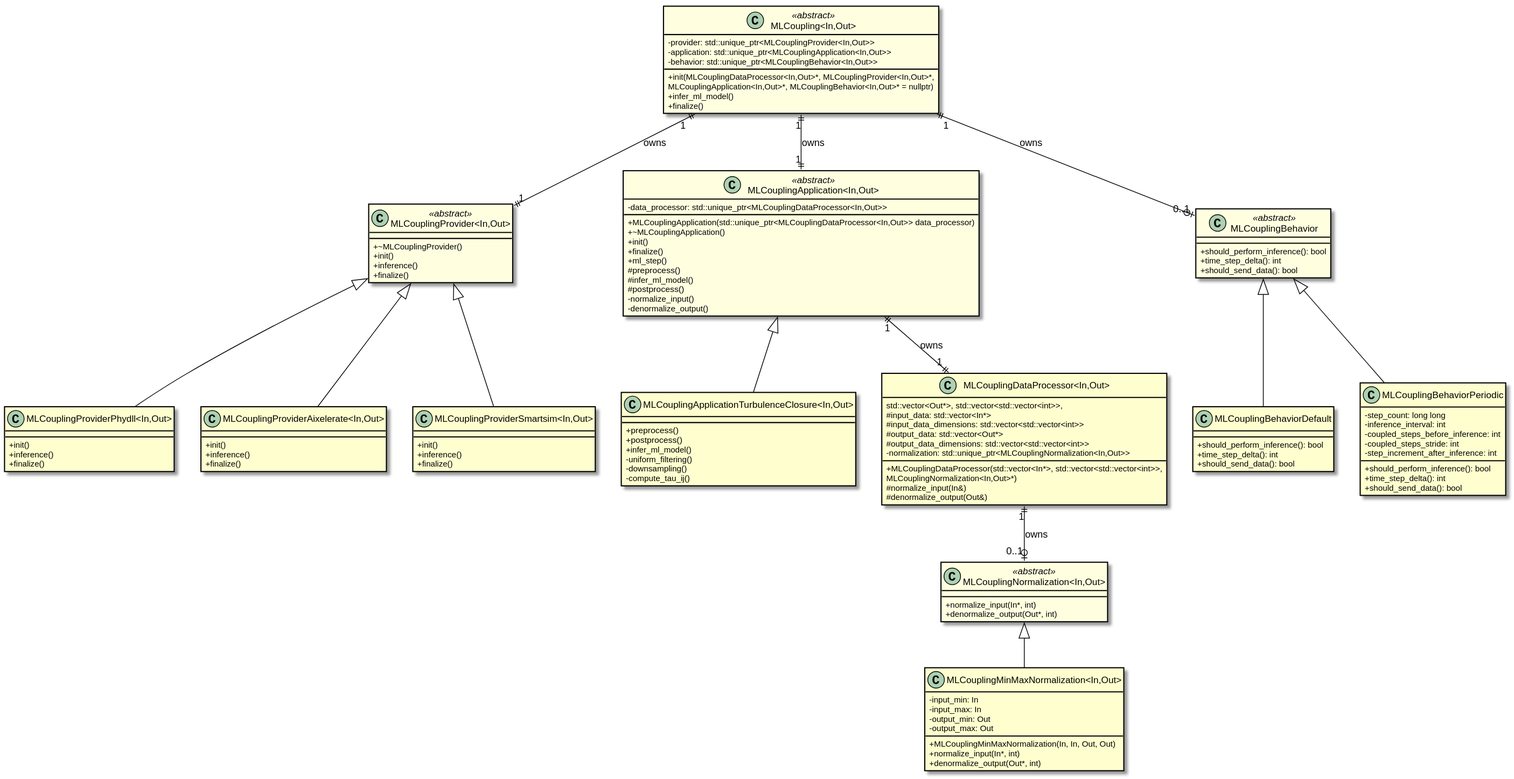
Above: documentation/CPP_NEW_ML_Interface.svg in chrisb09/CPP-ML-Interface (PlantUML), before the change.
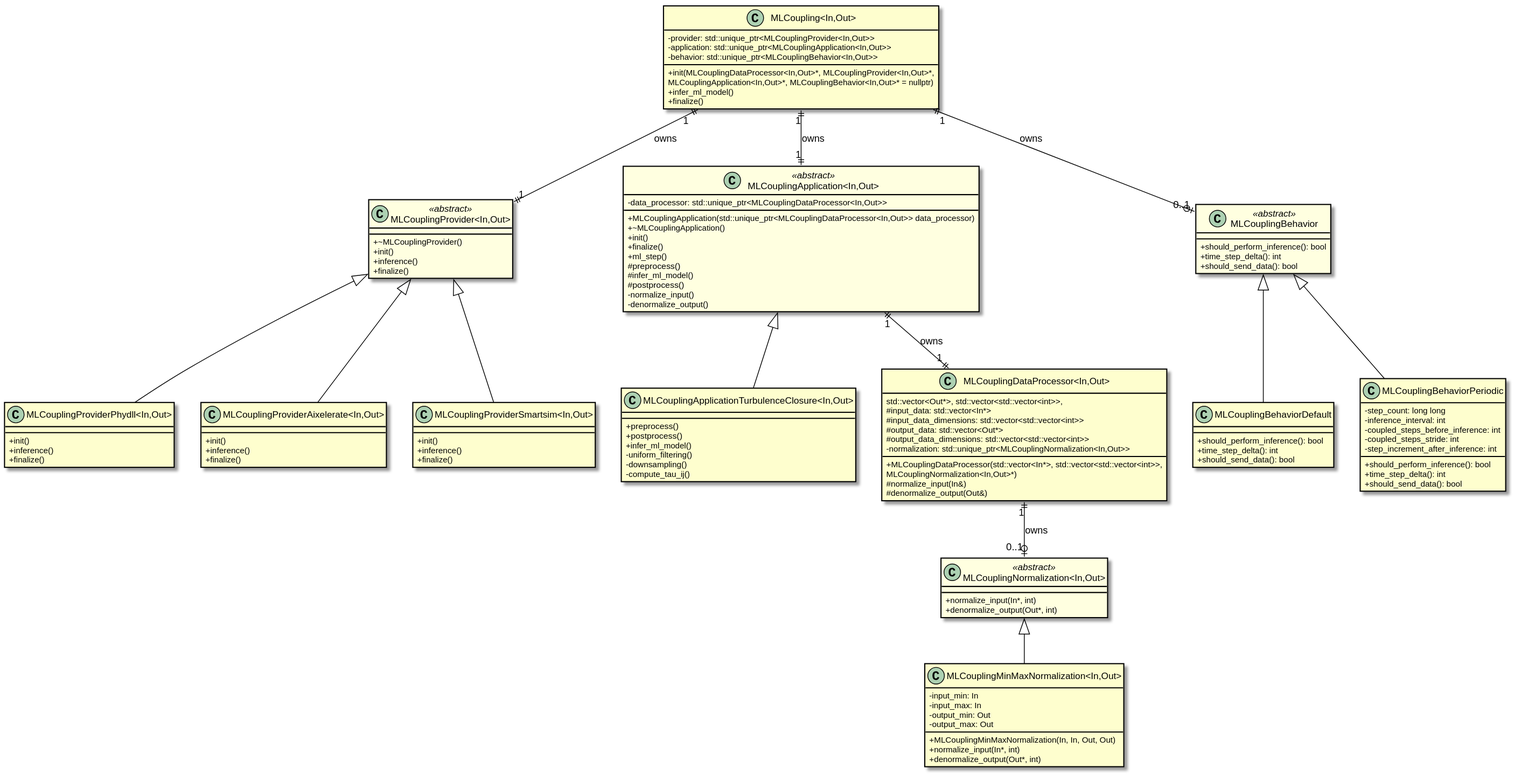
After the change.

Commit message:
Refactor MLCoupling class to remove abstract designation

Removed the abstract designation from the MLCoupling class in the UML diagram. This change reflects a shift in the class's intended usage, allowing for direct instantiation rather than enforcing subclassing.

Change to the diagram source:
```diff
@@ -10,7 +10,7 @@
 }
 
 
-class "MLCoupling<In,Out>" <<abstract>> {
+class "MLCoupling<In,Out>" {
     - provider: std::unique_ptr<MLCouplingProvider<In,Out>>
     - application: std::unique_ptr<MLCouplingApplication<In,Out>>
     - behavior: std::unique_ptr<MLCouplingBehavior<In,Out>>
```
